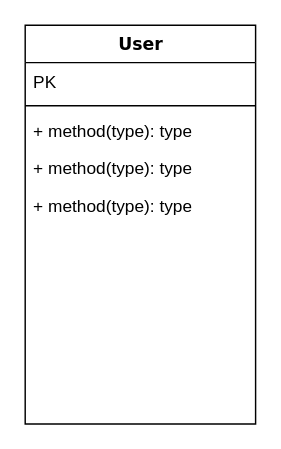
Earlier version of the draw.io diagram Untitled Diagram.drawio (Taranovskiy/django-freelance). Source tidied: cells renumbered, new cells numbered last; positions are measured from the earlier drawing's top-left corner, leaving out a move shared by most shapes. Both pictures are drawn from the tidied source at 144%, with x=0, y=0 at pixel (24, 24).
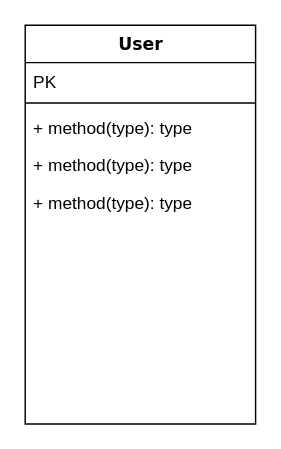
After the change.

The edit, as a diff of the source:
```diff
@@
 <mxGraphModel>
   <root>
     <mxCell id="0" />
     <mxCell id="1" parent="0" />
-    <mxCell id="2" value="User" style="swimlane;html=1;fontStyle=1;align=center;verticalAlign=top;horizontal=1;startSize=26;swimlaneFillColor=#ffffff;rounded=0;shadow=0;comic=0;labelBackgroundColor=none;strokeWidth=1;fillColor=none;fontFamily=Verdana;fontSize=12;" parent="1" vertex="1">
+    <mxCell id="2" value="User" style="swimlane;html=1;fontStyle=1;align=center;verticalAlign=top;horizontal=1;startSize=26;swimlaneFillColor=#ffffff;rounded=0;shadow=0;comic=0;labelBackgroundColor=none;strokeWidth=1;fontFamily=Verdana;fontSize=12;fillColor=none;" parent="1" vertex="1">
       <mxGeometry width="160" height="277" as="geometry" />
     </mxCell>
-    <mxCell id="3" value="PK" style="text;html=1;strokeColor=none;fillColor=none;align=left;verticalAlign=top;spacingLeft=4;spacingRight=4;whiteSpace=wrap;overflow=hidden;" parent="2" vertex="1">
-      <mxGeometry y="26" width="160" height="26" as="geometry" />
+    <mxCell id="3" value="PK" style="text;html=1;fillColor=none;align=left;verticalAlign=top;spacingLeft=4;spacingRight=4;whiteSpace=wrap;overflow=hidden;shadow=0;sketch=1;" parent="2" vertex="1">
+      <mxGeometry y="26" width="160" height="24" as="geometry" />
     </mxCell>
     <mxCell id="4" style="line;html=1;strokeWidth=1;fillColor=none;align=left;verticalAlign=middle;spacingTop=-1;spacingLeft=3;spacingRight=3;labelPosition=right;" parent="2" vertex="1">
-      <mxGeometry y="52" width="160" height="8" as="geometry" />
+      <mxGeometry y="50" width="160" height="8" as="geometry" />
     </mxCell>
     <mxCell id="5" value="+ method(type): type" style="text;html=1;strokeColor=none;fillColor=none;align=left;verticalAlign=top;spacingLeft=4;spacingRight=4;whiteSpace=wrap;overflow=hidden;" parent="2" vertex="1">
-      <mxGeometry y="60" width="160" height="26" as="geometry" />
+      <mxGeometry y="58" width="160" height="26" as="geometry" />
     </mxCell>
     <mxCell id="6" value="+ method(type): type" style="text;html=1;strokeColor=none;fillColor=none;align=left;verticalAlign=top;spacingLeft=4;spacingRight=4;whiteSpace=wrap;overflow=hidden;" parent="2" vertex="1">
-      <mxGeometry y="86" width="160" height="26" as="geometry" />
+      <mxGeometry y="84" width="160" height="26" as="geometry" />
     </mxCell>
     <mxCell id="7" value="+ method(type): type" style="text;html=1;strokeColor=none;fillColor=none;align=left;verticalAlign=top;spacingLeft=4;spacingRight=4;whiteSpace=wrap;overflow=hidden;" parent="2" vertex="1">
-      <mxGeometry y="112" width="160" height="26" as="geometry" />
+      <mxGeometry y="110" width="160" height="26" as="geometry" />
     </mxCell>
   </root>
 </mxGraphModel>
```
